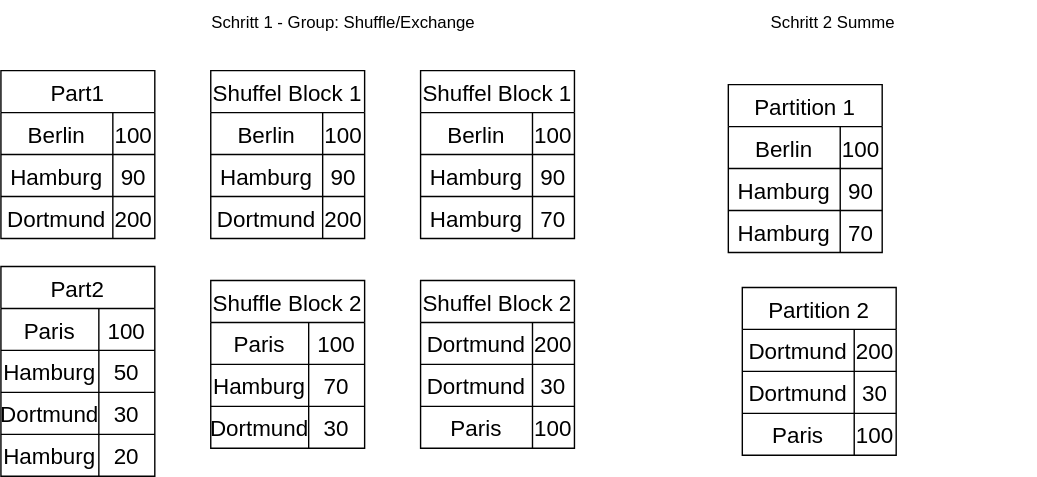
The draw.io diagram course/01-RDD/RDD-wide.dio.svg in dancier/spark-course, before a commit. Source tidied: cells renumbered, new cells last; positions are measured from the earlier drawing's top-left corner, leaving out a move shared by most shapes.
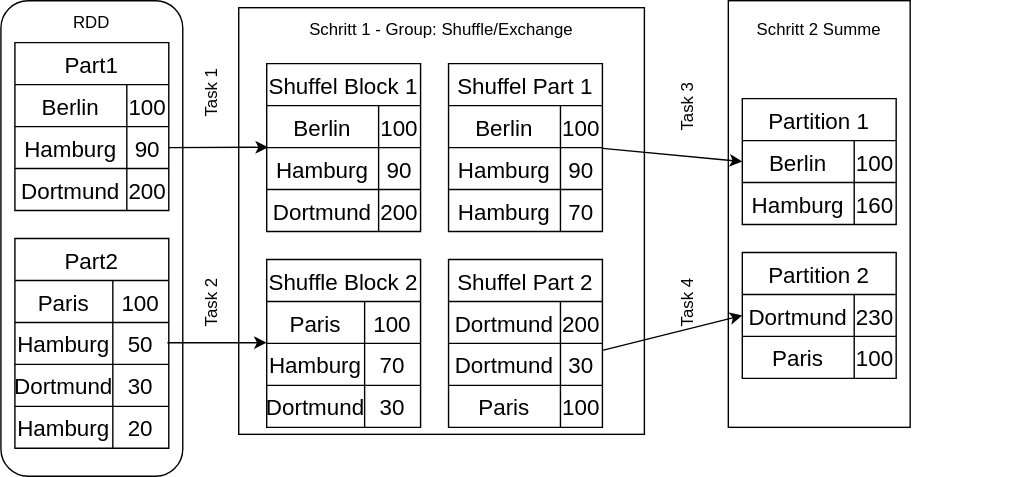
After the commit.

Diff of the diagram source:
```diff
@@ -2,8 +2,17 @@
   <root>
     <mxCell id="0" />
     <mxCell id="1" parent="0" />
+    <mxCell id="87" style="rounded=0;" parent="1" vertex="1">
+      <mxGeometry x="510" y="30" width="130" height="305" as="geometry" />
+    </mxCell>
+    <mxCell id="88" style="rounded=0;" parent="1" vertex="1">
+      <mxGeometry x="160" y="35" width="290" height="305" as="geometry" />
+    </mxCell>
+    <mxCell id="89" style="rounded=1;" parent="1" vertex="1">
+      <mxGeometry x="-10" y="30" width="130" height="340" as="geometry" />
+    </mxCell>
     <mxCell id="2" value="Part1" style="shape=table;startSize=30;strokeColor=default;fontSize=16;" parent="1" vertex="1">
-      <mxGeometry y="50" width="110" height="120" as="geometry" />
+      <mxGeometry y="60" width="110" height="120" as="geometry" />
     </mxCell>
     <mxCell id="3" style="shape=tableRow;horizontal=0;startSize=0;swimlaneHead=0;swimlaneBody=0;strokeColor=inherit;top=0;left=0;bottom=0;right=0;fillColor=none;fontSize=16;" parent="2" vertex="1">
       <mxGeometry y="30" width="110" height="30" as="geometry" />
@@ -33,7 +42,7 @@
       <mxGeometry x="80" width="30" height="30" as="geometry" />
     </mxCell>
     <mxCell id="12" value="Part2" style="shape=table;startSize=30;strokeColor=default;fontSize=16;" parent="1" vertex="1">
-      <mxGeometry y="190" width="110" height="150" as="geometry" />
+      <mxGeometry y="200" width="110" height="150" as="geometry" />
     </mxCell>
     <mxCell id="13" style="shape=tableRow;horizontal=0;startSize=0;swimlaneHead=0;swimlaneBody=0;strokeColor=inherit;top=0;left=0;bottom=0;right=0;fillColor=none;fontSize=16;" parent="12" vertex="1">
       <mxGeometry y="30" width="110" height="30" as="geometry" />
@@ -72,7 +81,7 @@
       <mxGeometry x="70" width="40" height="30" as="geometry" />
     </mxCell>
     <mxCell id="25" value="Shuffel Block 1" style="shape=table;startSize=30;strokeColor=default;fontSize=16;" parent="1" vertex="1">
-      <mxGeometry x="150" y="50" width="110" height="120" as="geometry" />
+      <mxGeometry x="180" y="75" width="110" height="120" as="geometry" />
     </mxCell>
     <mxCell id="26" style="shape=tableRow;horizontal=0;startSize=0;swimlaneHead=0;swimlaneBody=0;strokeColor=inherit;top=0;left=0;bottom=0;right=0;fillColor=none;fontSize=16;" parent="25" vertex="1">
       <mxGeometry y="30" width="110" height="30" as="geometry" />
@@ -102,7 +111,7 @@
       <mxGeometry x="80" width="30" height="30" as="geometry" />
     </mxCell>
     <mxCell id="35" value="Shuffle Block 2" style="shape=table;startSize=30;strokeColor=default;fontSize=16;" parent="1" vertex="1">
-      <mxGeometry x="150" y="200" width="110" height="120" as="geometry" />
+      <mxGeometry x="180" y="215" width="110" height="120" as="geometry" />
     </mxCell>
     <mxCell id="36" style="shape=tableRow;horizontal=0;startSize=0;swimlaneHead=0;swimlaneBody=0;strokeColor=inherit;top=0;left=0;bottom=0;right=0;fillColor=none;fontSize=16;" parent="35" vertex="1">
       <mxGeometry y="30" width="110" height="30" as="geometry" />
@@ -131,8 +140,8 @@
     <mxCell id="44" value="30" style="shape=partialRectangle;strokeColor=inherit;overflow=hidden;fillColor=none;top=0;left=0;bottom=0;right=0;fontSize=16;" parent="42" vertex="1">
       <mxGeometry x="70" width="40" height="30" as="geometry" />
     </mxCell>
-    <mxCell id="45" value="Shuffel Block 1" style="shape=table;startSize=30;strokeColor=default;fontSize=16;" parent="1" vertex="1">
-      <mxGeometry x="300" y="50" width="110" height="120" as="geometry" />
+    <mxCell id="45" value="Shuffel Part 1" style="shape=table;startSize=30;strokeColor=default;fontSize=16;" parent="1" vertex="1">
+      <mxGeometry x="310" y="75" width="110" height="120" as="geometry" />
     </mxCell>
     <mxCell id="46" style="shape=tableRow;horizontal=0;startSize=0;swimlaneHead=0;swimlaneBody=0;strokeColor=inherit;top=0;left=0;bottom=0;right=0;fillColor=none;fontSize=16;" parent="45" vertex="1">
       <mxGeometry y="30" width="110" height="30" as="geometry" />
@@ -161,8 +170,8 @@
     <mxCell id="54" value="70" style="shape=partialRectangle;strokeColor=inherit;overflow=hidden;fillColor=none;top=0;left=0;bottom=0;right=0;fontSize=16;" parent="52" vertex="1">
       <mxGeometry x="80" width="30" height="30" as="geometry" />
     </mxCell>
-    <mxCell id="55" value="Shuffel Block 2" style="shape=table;startSize=30;strokeColor=default;fontSize=16;" parent="1" vertex="1">
-      <mxGeometry x="300" y="200" width="110" height="120" as="geometry" />
+    <mxCell id="55" value="Shuffel Part 2" style="shape=table;startSize=30;strokeColor=default;fontSize=16;" parent="1" vertex="1">
+      <mxGeometry x="310" y="215" width="110" height="120" as="geometry" />
     </mxCell>
     <mxCell id="56" style="shape=tableRow;horizontal=0;startSize=0;swimlaneHead=0;swimlaneBody=0;strokeColor=inherit;top=0;left=0;bottom=0;right=0;fillColor=none;fontSize=16;" parent="55" vertex="1">
       <mxGeometry y="30" width="110" height="30" as="geometry" />
@@ -192,13 +201,13 @@
       <mxGeometry x="80" width="30" height="30" as="geometry" />
     </mxCell>
     <mxCell id="65" value="Schritt 1 - Group: Shuffle/Exchange" style="text;strokeColor=none;fillColor=none;align=center;verticalAlign=middle;rounded=0;" parent="1" vertex="1">
-      <mxGeometry x="100" width="290" height="30" as="geometry" />
+      <mxGeometry x="160" y="35" width="290" height="30" as="geometry" />
     </mxCell>
     <mxCell id="66" value="Schritt 2 Summe" style="text;strokeColor=none;fillColor=none;align=center;verticalAlign=middle;rounded=0;" parent="1" vertex="1">
-      <mxGeometry x="450" width="290" height="30" as="geometry" />
+      <mxGeometry x="430" y="35" width="290" height="30" as="geometry" />
     </mxCell>
     <mxCell id="67" value="Partition 1" style="shape=table;startSize=30;strokeColor=default;fontSize=16;" parent="1" vertex="1">
-      <mxGeometry x="520" y="60" width="110" height="120" as="geometry" />
+      <mxGeometry x="520" y="100" width="110" height="90" as="geometry" />
     </mxCell>
     <mxCell id="68" style="shape=tableRow;horizontal=0;startSize=0;swimlaneHead=0;swimlaneBody=0;strokeColor=inherit;top=0;left=0;bottom=0;right=0;fillColor=none;points=[[0,0.5],[1,0.5]];portConstraint=eastwest;fontSize=16;" parent="67" vertex="1">
       <mxGeometry y="30" width="110" height="30" as="geometry" />
@@ -215,20 +224,11 @@
     <mxCell id="72" value="Hamburg" style="shape=partialRectangle;strokeColor=inherit;overflow=hidden;fillColor=none;top=0;left=0;bottom=0;right=0;fontSize=16;" parent="71" vertex="1">
       <mxGeometry width="80" height="30" as="geometry" />
     </mxCell>
-    <mxCell id="73" value="90" style="shape=partialRectangle;strokeColor=inherit;overflow=hidden;fillColor=none;top=0;left=0;bottom=0;right=0;fontSize=16;" parent="71" vertex="1">
+    <mxCell id="73" value="160" style="shape=partialRectangle;strokeColor=inherit;overflow=hidden;fillColor=none;top=0;left=0;bottom=0;right=0;fontSize=16;" parent="71" vertex="1">
       <mxGeometry x="80" width="30" height="30" as="geometry" />
     </mxCell>
-    <mxCell id="74" style="shape=tableRow;horizontal=0;startSize=0;swimlaneHead=0;swimlaneBody=0;strokeColor=inherit;top=0;left=0;bottom=0;right=0;fillColor=none;fontSize=16;" parent="67" vertex="1">
-      <mxGeometry y="90" width="110" height="30" as="geometry" />
-    </mxCell>
-    <mxCell id="75" value="Hamburg" style="shape=partialRectangle;strokeColor=inherit;overflow=hidden;fillColor=none;top=0;left=0;bottom=0;right=0;fontSize=16;" parent="74" vertex="1">
-      <mxGeometry width="80" height="30" as="geometry" />
-    </mxCell>
-    <mxCell id="76" value="70" style="shape=partialRectangle;strokeColor=inherit;overflow=hidden;fillColor=none;top=0;left=0;bottom=0;right=0;fontSize=16;" parent="74" vertex="1">
-      <mxGeometry x="80" width="30" height="30" as="geometry" />
-    </mxCell>
     <mxCell id="77" value="Partition 2" style="shape=table;startSize=30;strokeColor=default;fontSize=16;" parent="1" vertex="1">
-      <mxGeometry x="530" y="205" width="110" height="120" as="geometry" />
+      <mxGeometry x="520" y="210" width="110" height="90" as="geometry" />
     </mxCell>
     <mxCell id="78" style="shape=tableRow;horizontal=0;startSize=0;swimlaneHead=0;swimlaneBody=0;strokeColor=inherit;top=0;left=0;bottom=0;right=0;fillColor=none;points=[[0,0.5],[1,0.5]];portConstraint=eastwest;fontSize=16;" parent="77" vertex="1">
       <mxGeometry y="30" width="110" height="30" as="geometry" />
@@ -236,20 +236,11 @@
     <mxCell id="79" value="Dortmund" style="shape=partialRectangle;strokeColor=inherit;overflow=hidden;fillColor=none;top=0;left=0;bottom=0;right=0;fontSize=16;" parent="78" vertex="1">
       <mxGeometry width="80" height="30" as="geometry" />
     </mxCell>
-    <mxCell id="80" value="200" style="shape=partialRectangle;strokeColor=inherit;overflow=hidden;fillColor=none;top=0;left=0;bottom=0;right=0;fontSize=16;" parent="78" vertex="1">
+    <mxCell id="80" value="230" style="shape=partialRectangle;strokeColor=inherit;overflow=hidden;fillColor=none;top=0;left=0;bottom=0;right=0;fontSize=16;" parent="78" vertex="1">
       <mxGeometry x="80" width="30" height="30" as="geometry" />
     </mxCell>
-    <mxCell id="81" style="shape=tableRow;horizontal=0;startSize=0;swimlaneHead=0;swimlaneBody=0;strokeColor=inherit;top=0;left=0;bottom=0;right=0;fillColor=none;fontSize=16;" parent="77" vertex="1">
-      <mxGeometry y="60" width="110" height="30" as="geometry" />
-    </mxCell>
-    <mxCell id="82" value="Dortmund" style="shape=partialRectangle;strokeColor=inherit;overflow=hidden;fillColor=none;top=0;left=0;bottom=0;right=0;fontSize=16;" parent="81" vertex="1">
-      <mxGeometry width="80" height="30" as="geometry" />
-    </mxCell>
-    <mxCell id="83" value="30" style="shape=partialRectangle;strokeColor=inherit;overflow=hidden;fillColor=none;top=0;left=0;bottom=0;right=0;fontSize=16;" parent="81" vertex="1">
-      <mxGeometry x="80" width="30" height="30" as="geometry" />
-    </mxCell>
     <mxCell id="84" style="shape=tableRow;horizontal=0;startSize=0;swimlaneHead=0;swimlaneBody=0;strokeColor=inherit;top=0;left=0;bottom=0;right=0;fillColor=none;fontSize=16;" parent="77" vertex="1">
-      <mxGeometry y="90" width="110" height="30" as="geometry" />
+      <mxGeometry y="60" width="110" height="30" as="geometry" />
     </mxCell>
     <mxCell id="85" value="Paris" style="shape=partialRectangle;strokeColor=inherit;overflow=hidden;fillColor=none;top=0;left=0;bottom=0;right=0;fontSize=16;" parent="84" vertex="1">
       <mxGeometry width="80" height="30" as="geometry" />
@@ -257,5 +248,35 @@
     <mxCell id="86" value="100" style="shape=partialRectangle;strokeColor=inherit;overflow=hidden;fillColor=none;top=0;left=0;bottom=0;right=0;fontSize=16;" parent="84" vertex="1">
       <mxGeometry x="80" width="30" height="30" as="geometry" />
     </mxCell>
+    <mxCell id="90" value="RDD" style="text;strokeColor=none;fillColor=none;align=center;verticalAlign=middle;rounded=0;" parent="1" vertex="1">
+      <mxGeometry x="25" y="30" width="60" height="30" as="geometry" />
+    </mxCell>
+    <mxCell id="91" style="endArrow=classic;rounded=0;exitX=1;exitY=0.5;exitDx=0;exitDy=0;entryX=0.009;entryY=-0.007;entryDx=0;entryDy=0;entryPerimeter=0;" parent="1" edge="1" source="6" target="29">
+      <mxGeometry relative="1" as="geometry" />
+    </mxCell>
+    <mxCell id="92" value="Task 1" style="text;strokeColor=none;fillColor=none;align=center;verticalAlign=middle;rounded=0;rotation=-90;" parent="1" vertex="1">
+      <mxGeometry x="110" y="80" width="60" height="30" as="geometry" />
+    </mxCell>
+    <mxCell id="93" style="endArrow=classic;rounded=0;exitX=1;exitY=0.5;exitDx=0;exitDy=0;entryX=0.009;entryY=-0.007;entryDx=0;entryDy=0;entryPerimeter=0;" parent="1" edge="1">
+      <mxGeometry relative="1" as="geometry">
+        <mxPoint x="109" y="274.5" as="sourcePoint" />
+        <mxPoint x="180" y="274.5" as="targetPoint" />
+      </mxGeometry>
+    </mxCell>
+    <mxCell id="94" value="Task 2" style="text;strokeColor=none;fillColor=none;align=center;verticalAlign=middle;rounded=0;rotation=-90;" parent="1" vertex="1">
+      <mxGeometry x="110" y="230" width="60" height="30" as="geometry" />
+    </mxCell>
+    <mxCell id="95" style="endArrow=classic;rounded=0;entryX=0;entryY=0.5;entryDx=0;entryDy=0;exitX=1.002;exitY=0.02;exitDx=0;exitDy=0;exitPerimeter=0;" parent="1" edge="1" source="49" target="68">
+      <mxGeometry relative="1" as="geometry" />
+    </mxCell>
+    <mxCell id="96" style="endArrow=classic;rounded=0;entryX=0;entryY=0.5;entryDx=0;entryDy=0;exitX=1;exitY=0.167;exitDx=0;exitDy=0;exitPerimeter=0;" parent="1" edge="1" source="59" target="78">
+      <mxGeometry relative="1" as="geometry" />
+    </mxCell>
+    <mxCell id="97" value="Task 3" style="text;strokeColor=none;fillColor=none;align=center;verticalAlign=middle;rounded=0;rotation=-90;" parent="1" vertex="1">
+      <mxGeometry x="450" y="90" width="60" height="30" as="geometry" />
+    </mxCell>
+    <mxCell id="98" value="Task 4" style="text;strokeColor=none;fillColor=none;align=center;verticalAlign=middle;rounded=0;rotation=-90;" parent="1" vertex="1">
+      <mxGeometry x="450" y="230" width="60" height="30" as="geometry" />
+    </mxCell>
   </root>
 </mxGraphModel>
```
